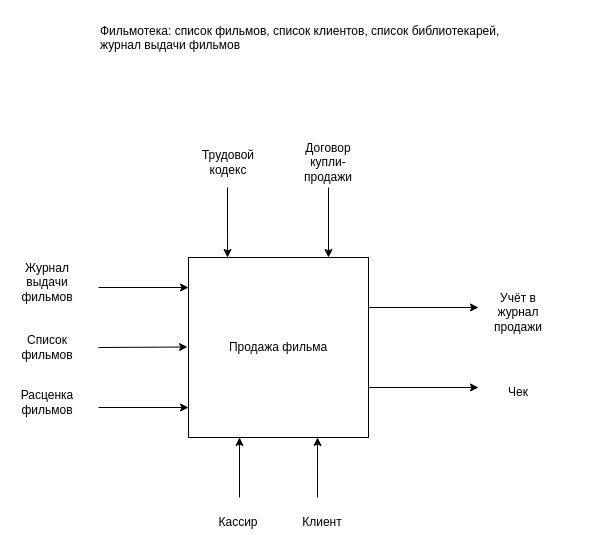
KoschavtcevDaniel/PO_kubsu keeps this draw.io diagram as Лаба1/Лаба1_2.drawio. Above is the earlier version. Source tidied: cells renumbered, new cells numbered last; positions are measured from the earlier drawing's top-left corner, leaving out a move shared by most shapes. Both pictures are drawn from the tidied source at 100%, with x=0, y=0 at pixel (17, 17).
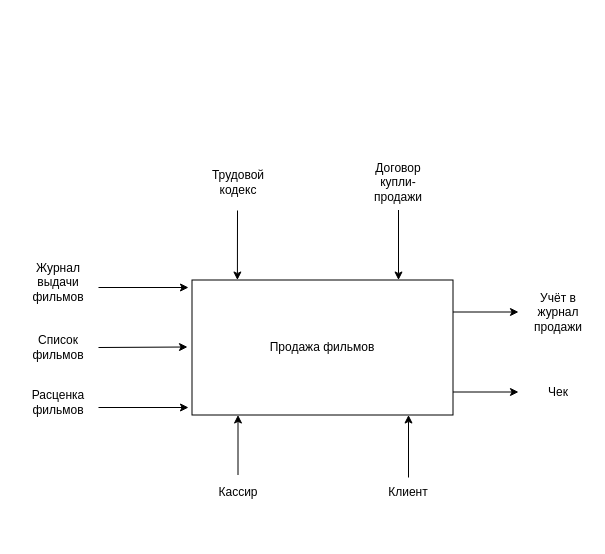
Above is the later version.

The edit, as a diff of the source:
```diff
@@
-    <mxCell id="2" value="Продажа фильма" style="whiteSpace=wrap;html=1;" parent="1" vertex="1">
-      <mxGeometry x="171" y="240" width="180" height="180" as="geometry" />
-    </mxCell>
-    <mxCell id="3" value="Фильмотека: список фильмов, список клиентов, список библиотекарей, &#10;журнал выдачи фильмов" style="text;whiteSpace=wrap;html=1;" parent="1" vertex="1">
-      <mxGeometry x="81" width="430" height="50" as="geometry" />
-    </mxCell>
@@
     <mxCell id="5" value="Журнал выдачи фильмов" style="text;html=1;align=center;verticalAlign=middle;whiteSpace=wrap;rounded=0;" parent="1" vertex="1">
-      <mxGeometry y="250" width="60" height="30" as="geometry" />
+      <mxGeometry x="11" y="250" width="60" height="30" as="geometry" />
     </mxCell>
@@
     <mxCell id="7" value="Список фильмов" style="text;html=1;align=center;verticalAlign=middle;whiteSpace=wrap;rounded=0;" parent="1" vertex="1">
-      <mxGeometry y="315" width="60" height="30" as="geometry" />
+      <mxGeometry x="11" y="315" width="60" height="30" as="geometry" />
     </mxCell>
     <mxCell id="8" style="endArrow=classic;html=1;rounded=0;" parent="1" edge="1">
       <mxGeometry relative="1" as="geometry">
-        <mxPoint x="222" y="480" as="sourcePoint" />
-        <mxPoint x="222" y="420" as="targetPoint" />
+        <mxPoint x="220.5" y="457.5" as="sourcePoint" />
+        <mxPoint x="220.5" y="397.5" as="targetPoint" />
       </mxGeometry>
     </mxCell>
     <mxCell id="9" value="Кассир" style="text;html=1;align=center;verticalAlign=middle;whiteSpace=wrap;rounded=0;" parent="1" vertex="1">
-      <mxGeometry x="191" y="490" width="60" height="30" as="geometry" />
+      <mxGeometry x="191" y="460" width="60" height="30" as="geometry" />
     </mxCell>
     <mxCell id="10" value="Клиент" style="text;html=1;align=center;verticalAlign=middle;whiteSpace=wrap;rounded=0;" parent="1" vertex="1">
-      <mxGeometry x="275" y="490" width="60" height="30" as="geometry" />
+      <mxGeometry x="361" y="460" width="60" height="30" as="geometry" />
     </mxCell>
-    <mxCell id="11" style="endArrow=classic;html=1;rounded=0;entryX=0.717;entryY=1;entryDx=0;entryDy=0;entryPerimeter=0;" parent="1" edge="1" target="2">
+    <mxCell id="11" style="endArrow=classic;html=1;rounded=0;entryX=0.717;entryY=1;entryDx=0;entryDy=0;entryPerimeter=0;" parent="1" edge="1">
       <mxGeometry relative="1" as="geometry">
-        <mxPoint x="300" y="480" as="sourcePoint" />
+        <mxPoint x="391" y="460" as="sourcePoint" />
+        <mxPoint x="391" y="397.5" as="targetPoint" />
       </mxGeometry>
     </mxCell>
@@
     <mxCell id="13" value="Расценка фильмов" style="text;html=1;align=center;verticalAlign=middle;whiteSpace=wrap;rounded=0;" parent="1" vertex="1">
-      <mxGeometry y="360" width="60" height="50" as="geometry" />
+      <mxGeometry x="11" y="360" width="60" height="50" as="geometry" />
     </mxCell>
     <mxCell id="14" style="endArrow=classic;html=1;rounded=0;" parent="1" edge="1">
       <mxGeometry relative="1" as="geometry">
-        <mxPoint x="351" y="290" as="sourcePoint" />
-        <mxPoint x="461" y="290" as="targetPoint" />
+        <mxPoint x="431" y="294.5" as="sourcePoint" />
+        <mxPoint x="501" y="294.5" as="targetPoint" />
       </mxGeometry>
     </mxCell>
     <mxCell id="15" style="endArrow=classic;html=1;rounded=0;" parent="1" edge="1">
       <mxGeometry relative="1" as="geometry">
-        <mxPoint x="351" y="370" as="sourcePoint" />
-        <mxPoint x="461" y="370" as="targetPoint" />
+        <mxPoint x="431" y="374.5" as="sourcePoint" />
+        <mxPoint x="501" y="374.5" as="targetPoint" />
       </mxGeometry>
     </mxCell>
     <mxCell id="16" value="Чек" style="text;html=1;align=center;verticalAlign=middle;whiteSpace=wrap;rounded=0;" parent="1" vertex="1">
-      <mxGeometry x="471" y="360" width="60" height="30" as="geometry" />
+      <mxGeometry x="511" y="360" width="60" height="30" as="geometry" />
     </mxCell>
-    <mxCell id="17" style="endArrow=classic;html=1;rounded=0;entryX=0.217;entryY=0;entryDx=0;entryDy=0;entryPerimeter=0;" parent="1" edge="1" target="2">
+    <mxCell id="17" style="endArrow=classic;html=1;rounded=0;entryX=0.217;entryY=0;entryDx=0;entryDy=0;entryPerimeter=0;" parent="1" edge="1">
       <mxGeometry relative="1" as="geometry">
-        <mxPoint x="210" y="170" as="sourcePoint" />
+        <mxPoint x="220" y="193" as="sourcePoint" />
+        <mxPoint x="219.9" y="262.5" as="targetPoint" />
       </mxGeometry>
     </mxCell>
     <mxCell id="18" value="Трудовой кодекс" style="text;html=1;align=center;verticalAlign=middle;whiteSpace=wrap;rounded=0;" parent="1" vertex="1">
-      <mxGeometry x="181" y="130" width="60" height="30" as="geometry" />
+      <mxGeometry x="191" y="150" width="60" height="30" as="geometry" />
     </mxCell>
     <mxCell id="19" style="endArrow=classic;html=1;rounded=0;entryX=0.5;entryY=0;entryDx=0;entryDy=0;" parent="1" edge="1">
       <mxGeometry relative="1" as="geometry">
-        <mxPoint x="311" y="170" as="sourcePoint" />
-        <mxPoint x="311" y="240" as="targetPoint" />
+        <mxPoint x="381" y="192.5" as="sourcePoint" />
+        <mxPoint x="381" y="262.5" as="targetPoint" />
       </mxGeometry>
     </mxCell>
     <mxCell id="20" value="Учёт в журнал продажи" style="text;html=1;align=center;verticalAlign=middle;whiteSpace=wrap;rounded=0;" parent="1" vertex="1">
-      <mxGeometry x="471" y="280" width="60" height="30" as="geometry" />
+      <mxGeometry x="511" y="280" width="60" height="30" as="geometry" />
     </mxCell>
     <mxCell id="21" value="Договор купли-продажи" style="text;html=1;align=center;verticalAlign=middle;whiteSpace=wrap;rounded=0;" parent="1" vertex="1">
-      <mxGeometry x="281" y="130" width="60" height="30" as="geometry" />
+      <mxGeometry x="351" y="150" width="60" height="30" as="geometry" />
     </mxCell>
+    <mxCell id="22" style="rounded=0;whiteSpace=wrap;html=1;" parent="1" vertex="1">
+      <mxGeometry x="174.5" y="262.5" width="261" height="135" as="geometry" />
+    </mxCell>
+    <mxCell id="23" value="Продажа фильмов" style="text;html=1;align=center;verticalAlign=middle;whiteSpace=wrap;rounded=0;" parent="1" vertex="1">
+      <mxGeometry x="212" y="315" width="186" height="30" as="geometry" />
+    </mxCell>
```
